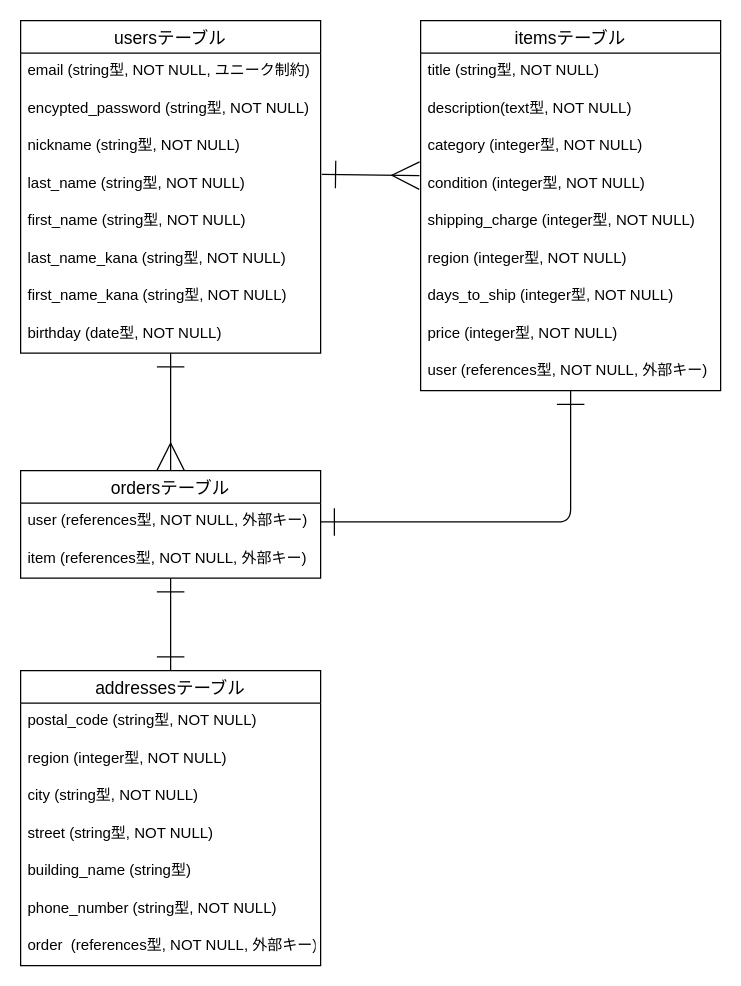
Before: furima.dio in snkn510/furima-39171, a draw.io diagram. Source tidied: cells renumbered, new cells numbered last; positions are measured from the earlier drawing's top-left corner, leaving out a move shared by most shapes. Both pictures are drawn from the tidied source at 125%, with x=0, y=0 at pixel (20, 20).
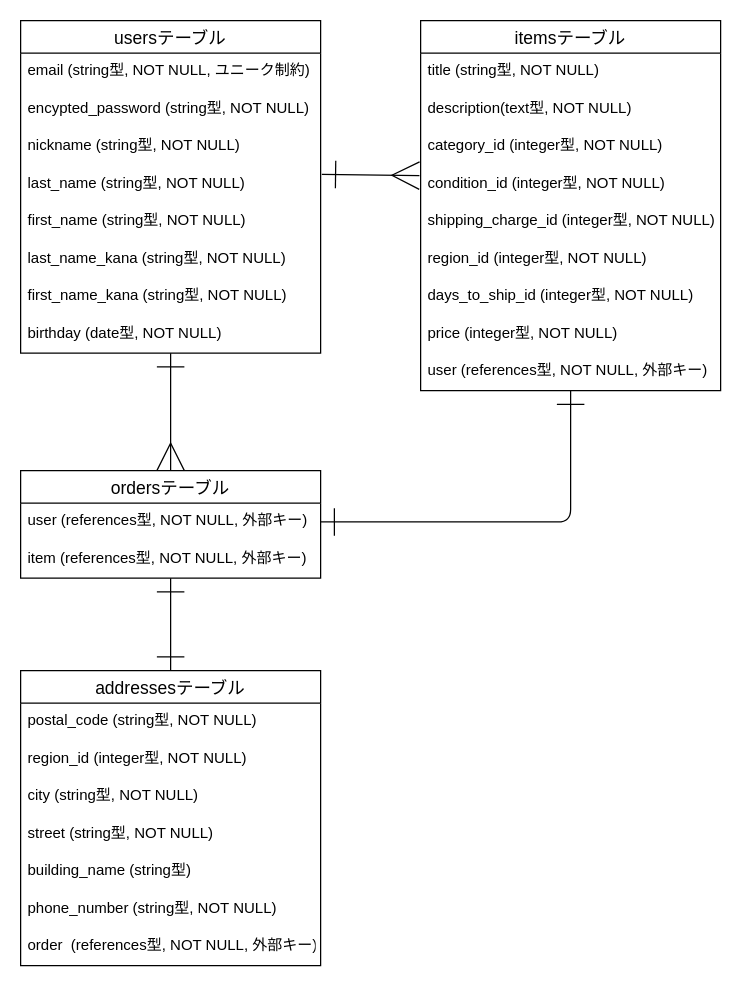
Above is the later version.

Commit message:
ER図・README作成（修正②）

Unchanged cells that the change refers to:
```xml
<mxCell id="13" value="itemsテーブル" style="swimlane;fontStyle=0;horizontal=1;startSize=26;align=center;fontSize=14;" parent="1" vertex="1">
  <mxGeometry x="320" width="240" height="296" as="geometry" />
</mxCell>
<mxCell id="28" value="addressesテーブル" style="swimlane;fontStyle=0;horizontal=1;startSize=26;align=center;fontSize=14;" parent="1" vertex="1">
  <mxGeometry y="520" width="240" height="236" as="geometry" />
</mxCell>
```

Diff of the diagram source:
```diff
@@
-    <mxCell id="16" value="category (integer型, NOT NULL)" style="text;strokeColor=none;fillColor=none;spacingLeft=4;spacingRight=4;overflow=hidden;fontSize=12;" parent="13" vertex="1">
+    <mxCell id="16" value="category_id (integer型, NOT NULL)" style="text;strokeColor=none;fillColor=none;spacingLeft=4;spacingRight=4;overflow=hidden;fontSize=12;" parent="13" vertex="1">
       <mxGeometry y="86" width="240" height="30" as="geometry" />
     </mxCell>
-    <mxCell id="17" value="condition (integer型, NOT NULL)" style="text;strokeColor=none;fillColor=none;spacingLeft=4;spacingRight=4;overflow=hidden;points=[[0,0.5],[1,0.5]];portConstraint=eastwest;fontSize=12;" parent="13" vertex="1">
+    <mxCell id="17" value="condition_id (integer型, NOT NULL)" style="text;strokeColor=none;fillColor=none;spacingLeft=4;spacingRight=4;overflow=hidden;points=[[0,0.5],[1,0.5]];portConstraint=eastwest;fontSize=12;" parent="13" vertex="1">
       <mxGeometry y="116" width="240" height="30" as="geometry" />
     </mxCell>
-    <mxCell id="18" value="shipping_charge (integer型, NOT NULL)" style="text;strokeColor=none;fillColor=none;spacingLeft=4;spacingRight=4;overflow=hidden;fontSize=12;" parent="13" vertex="1">
+    <mxCell id="18" value="shipping_charge_id (integer型, NOT NULL)" style="text;strokeColor=none;fillColor=none;spacingLeft=4;spacingRight=4;overflow=hidden;fontSize=12;" parent="13" vertex="1">
       <mxGeometry y="146" width="240" height="30" as="geometry" />
     </mxCell>
-    <mxCell id="19" value="region (integer型, NOT NULL)" style="text;strokeColor=none;fillColor=none;spacingLeft=4;spacingRight=4;overflow=hidden;fontSize=12;" parent="13" vertex="1">
+    <mxCell id="19" value="region_id (integer型, NOT NULL)" style="text;strokeColor=none;fillColor=none;spacingLeft=4;spacingRight=4;overflow=hidden;fontSize=12;" parent="13" vertex="1">
       <mxGeometry y="176" width="240" height="30" as="geometry" />
     </mxCell>
-    <mxCell id="20" value="days_to_ship (integer型, NOT NULL)" style="text;strokeColor=none;fillColor=none;spacingLeft=4;spacingRight=4;overflow=hidden;fontSize=12;" parent="13" vertex="1">
+    <mxCell id="20" value="days_to_ship_id (integer型, NOT NULL)" style="text;strokeColor=none;fillColor=none;spacingLeft=4;spacingRight=4;overflow=hidden;fontSize=12;" parent="13" vertex="1">
       <mxGeometry y="206" width="240" height="30" as="geometry" />
     </mxCell>
@@
-    <mxCell id="30" value="region (integer型, NOT NULL)" style="text;strokeColor=none;fillColor=none;spacingLeft=4;spacingRight=4;overflow=hidden;fontSize=12;" parent="28" vertex="1">
+    <mxCell id="30" value="region_id (integer型, NOT NULL)" style="text;strokeColor=none;fillColor=none;spacingLeft=4;spacingRight=4;overflow=hidden;fontSize=12;" parent="28" vertex="1">
       <mxGeometry y="56" width="240" height="30" as="geometry" />
     </mxCell>
```
